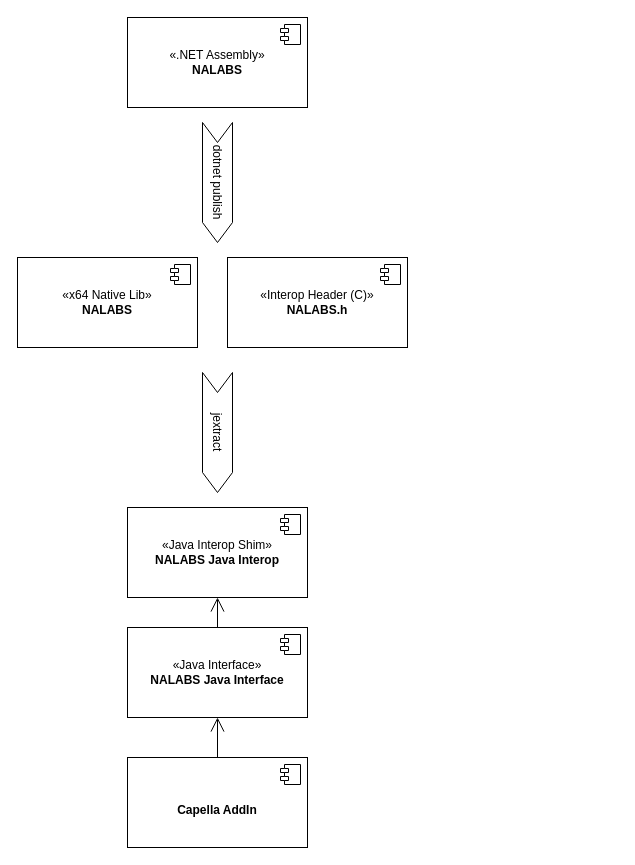
addivainternational/Capella keeps this draw.io diagram as doc/NALABS Java Interop.drawio. Above is the earlier version. Source tidied: cells renumbered, new cells numbered last; positions are measured from the earlier drawing's top-left corner, leaving out a move shared by most shapes. Both pictures are drawn from the tidied source at 100%, with x=0, y=0 at pixel (17, 17).
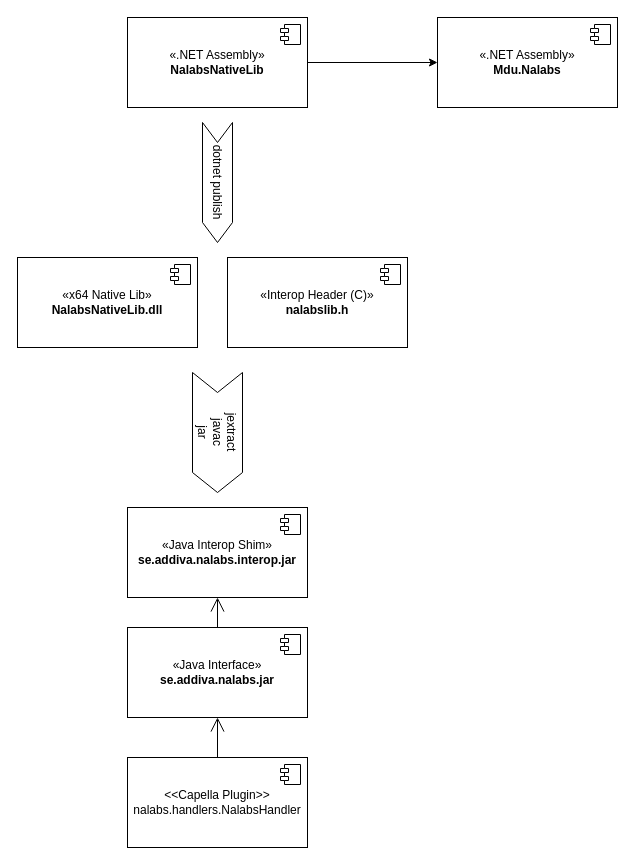
After the change.

Change to the diagram source:
```diff
@@
+    <mxCell id="18" style="edgeStyle=orthogonalEdgeStyle;rounded=0;jettySize=auto;html=1;" parent="1" edge="1" source="2" target="19">
+      <mxGeometry relative="1" as="geometry" />
+    </mxCell>
-    <mxCell id="2" value="«.NET Assembly»&lt;br&gt;&lt;b&gt;NALABS&lt;/b&gt;" style="html=1;whiteSpace=wrap;" parent="1" vertex="1">
+    <mxCell id="2" value="«.NET Assembly»&lt;br&gt;&lt;b&gt;NalabsNativeLib&lt;/b&gt;" style="html=1;whiteSpace=wrap;" parent="1" vertex="1">
       <mxGeometry x="110" width="180" height="90" as="geometry" />
     </mxCell>
@@
-    <mxCell id="4" value="«x64 Native Lib»&lt;br&gt;&lt;b&gt;NALABS&lt;/b&gt;" style="html=1;whiteSpace=wrap;" parent="1" vertex="1">
+    <mxCell id="4" value="«x64 Native Lib»&lt;br&gt;&lt;b&gt;NalabsNativeLib.dll&lt;/b&gt;" style="html=1;whiteSpace=wrap;" parent="1" vertex="1">
       <mxGeometry y="240" width="180" height="90" as="geometry" />
     </mxCell>
@@
-    <mxCell id="6" value="«Java Interop Shim»&lt;br&gt;&lt;b&gt;NALABS Java Interop&lt;/b&gt;" style="html=1;whiteSpace=wrap;" parent="1" vertex="1">
+    <mxCell id="6" value="«Java Interop Shim»&lt;br&gt;&lt;b&gt;se.addiva.nalabs.interop.jar&lt;/b&gt;" style="html=1;whiteSpace=wrap;" parent="1" vertex="1">
       <mxGeometry x="110" y="490" width="180" height="90" as="geometry" />
     </mxCell>
@@
-    <mxCell id="8" value="«Interop Header (C)»&lt;br&gt;&lt;b&gt;NALABS.h&lt;/b&gt;" style="html=1;whiteSpace=wrap;" parent="1" vertex="1">
+    <mxCell id="8" value="«Interop Header (C)»&lt;br&gt;&lt;b&gt;nalabslib.h&lt;/b&gt;" style="html=1;whiteSpace=wrap;" parent="1" vertex="1">
       <mxGeometry x="210" y="240" width="180" height="90" as="geometry" />
     </mxCell>
@@
-    <mxCell id="10" value="«Java Interface»&lt;br&gt;&lt;b&gt;NALABS Java Interface&lt;/b&gt;" style="html=1;whiteSpace=wrap;" parent="1" vertex="1">
+    <mxCell id="10" value="«Java Interface»&lt;br&gt;&lt;b&gt;se.addiva.nalabs.jar&lt;/b&gt;" style="html=1;whiteSpace=wrap;" parent="1" vertex="1">
       <mxGeometry x="110" y="610" width="180" height="90" as="geometry" />
     </mxCell>
@@
-    <mxCell id="13" value="jextract" style="shape=step;perimeter=stepPerimeter;whiteSpace=wrap;html=1;fixedSize=1;rotation=90;" parent="1" vertex="1">
-      <mxGeometry x="140" y="400" width="120" height="30" as="geometry" />
+    <mxCell id="13" value="jextract&lt;br&gt;javac&lt;br&gt;jar" style="shape=step;perimeter=stepPerimeter;whiteSpace=wrap;html=1;fixedSize=1;rotation=90;" parent="1" vertex="1">
+      <mxGeometry x="140" y="390" width="120" height="50" as="geometry" />
     </mxCell>
-    <mxCell id="14" value="&lt;br&gt;&lt;b&gt;Capella AddIn&lt;/b&gt;" style="html=1;whiteSpace=wrap;" parent="1" vertex="1">
+    <mxCell id="14" value="&lt;div&gt;&amp;lt;&amp;lt;Capella Plugin&amp;gt;&amp;gt;&lt;/div&gt;nalabs.handlers.NalabsHandler" style="html=1;whiteSpace=wrap;" parent="1" vertex="1">
       <mxGeometry x="110" y="740" width="180" height="90" as="geometry" />
     </mxCell>
@@
+    <mxCell id="19" value="«.NET Assembly»&lt;br&gt;&lt;b&gt;Mdu.Nalabs&lt;/b&gt;" style="html=1;whiteSpace=wrap;" parent="1" vertex="1">
+      <mxGeometry x="420" width="180" height="90" as="geometry" />
+    </mxCell>
+    <mxCell id="20" style="shape=module;jettyWidth=8;jettyHeight=4;" parent="19" vertex="1">
+      <mxGeometry x="1" width="20" height="20" relative="1" as="geometry">
+        <mxPoint x="-27" y="7" as="offset" />
+      </mxGeometry>
+    </mxCell>
```
